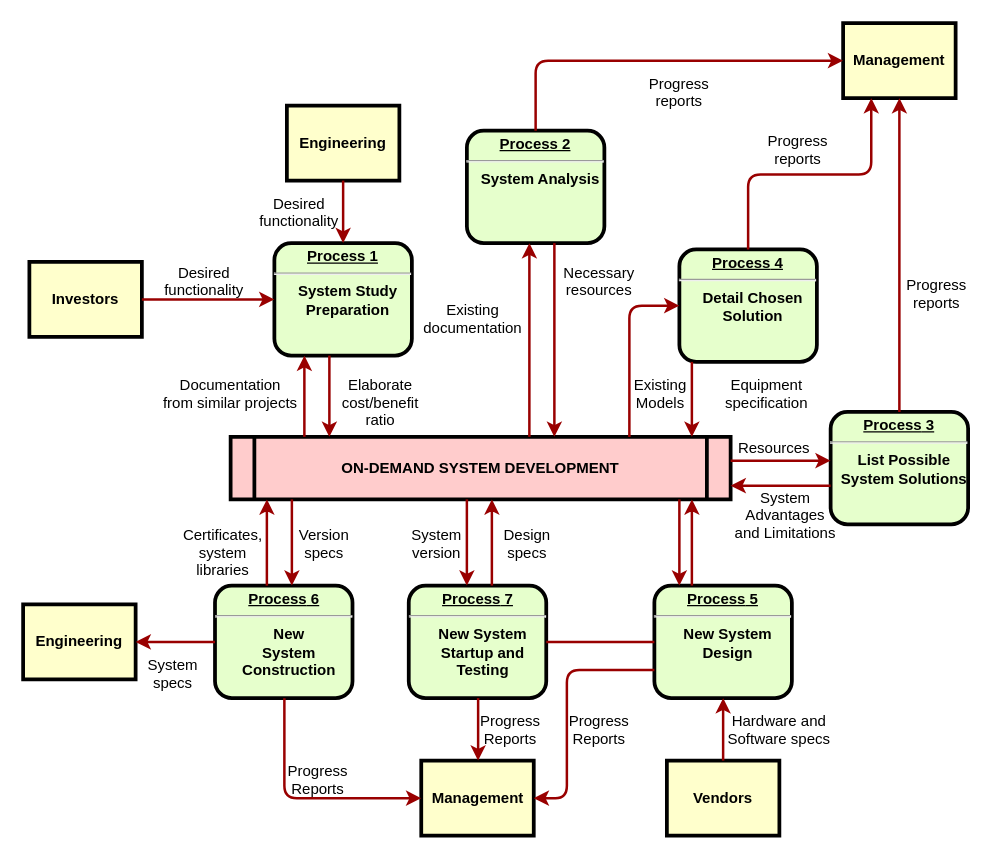
ruby1ring/baiduNews-Spider keeps this draw.io diagram as model/Untitled Diagram.drawio. Above is the earlier version. Source tidied: cells renumbered, new cells numbered last; positions are measured from the earlier drawing's top-left corner, leaving out a move shared by most shapes. Both pictures are drawn from the tidied source at 125%, with x=0, y=0 at pixel (22, 22).
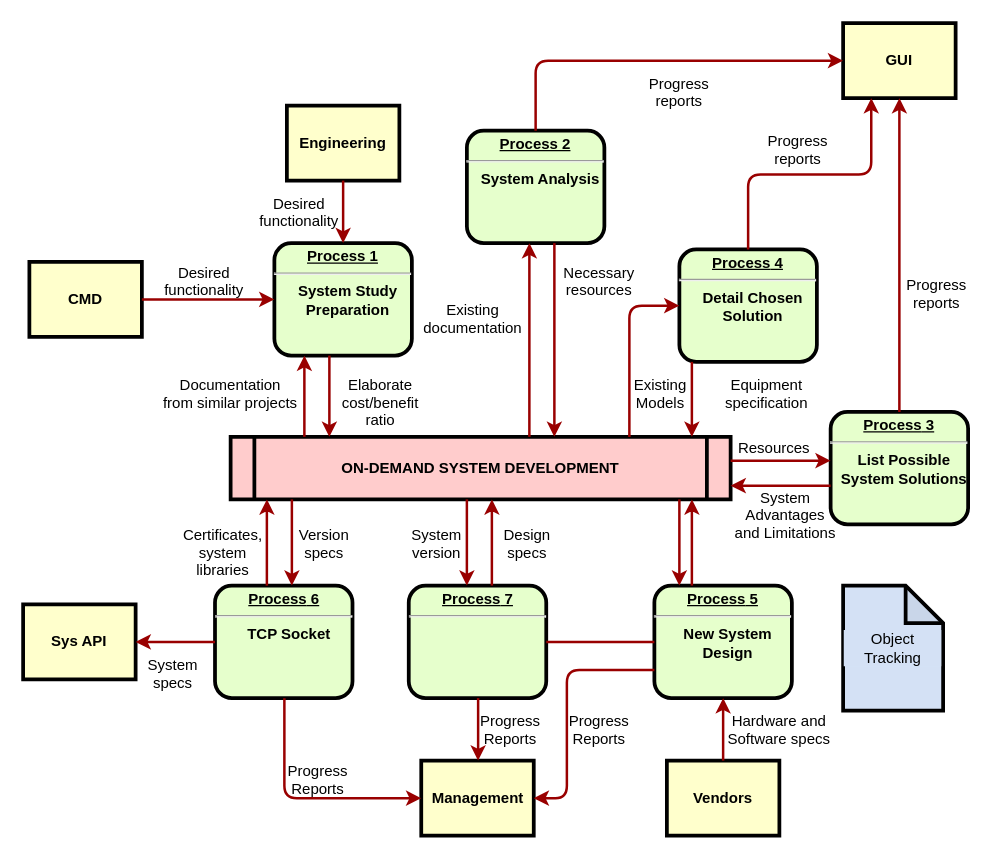
The same diagram, later.

What changed in the source:
```diff
@@
-    <mxCell id="4" value="Investors" style="whiteSpace=wrap;align=center;verticalAlign=middle;fontStyle=1;strokeWidth=3;fillColor=#FFFFCC;" parent="1" vertex="1">
+    <mxCell id="4" value="CMD" style="whiteSpace=wrap;align=center;verticalAlign=middle;fontStyle=1;strokeWidth=3;fillColor=#FFFFCC;" parent="1" vertex="1">
       <mxGeometry x="5" y="191" width="90" height="60" as="geometry" />
     </mxCell>
@@
-    <mxCell id="10" value="&lt;p style=&quot;margin: 0px; margin-top: 4px; text-align: center; text-decoration: underline;&quot;&gt;&lt;strong&gt;&lt;strong&gt;Process&lt;/strong&gt; 6&lt;br /&gt;&lt;/strong&gt;&lt;/p&gt;&lt;hr /&gt;&lt;p style=&quot;margin: 0px; margin-left: 8px;&quot;&gt;New&lt;/p&gt;&lt;p style=&quot;margin: 0px; margin-left: 8px;&quot;&gt;System&lt;/p&gt;&lt;p style=&quot;margin: 0px; margin-left: 8px;&quot;&gt;Construction&lt;/p&gt;" style="verticalAlign=middle;align=center;overflow=fill;fontSize=12;fontFamily=Helvetica;html=1;rounded=1;fontStyle=1;strokeWidth=3;fillColor=#E6FFCC;" parent="1" vertex="1">
+    <mxCell id="10" value="&lt;p style=&quot;margin: 0px; margin-top: 4px; text-align: center; text-decoration: underline;&quot;&gt;&lt;strong&gt;&lt;strong&gt;Process&lt;/strong&gt; 6&lt;br&gt;&lt;/strong&gt;&lt;/p&gt;&lt;hr&gt;&lt;p style=&quot;margin: 0px; margin-left: 8px;&quot;&gt;TCP Socket&lt;/p&gt;" style="verticalAlign=middle;align=center;overflow=fill;fontSize=12;fontFamily=Helvetica;html=1;rounded=1;fontStyle=1;strokeWidth=3;fillColor=#E6FFCC;" parent="1" vertex="1">
       <mxGeometry x="153.5" y="450" width="110" height="90" as="geometry" />
     </mxCell>
-    <mxCell id="11" value="Management" style="whiteSpace=wrap;align=center;verticalAlign=middle;fontStyle=1;strokeWidth=3;fillColor=#FFFFCC;" parent="1" vertex="1">
+    <mxCell id="11" value="GUI" style="whiteSpace=wrap;align=center;verticalAlign=middle;fontStyle=1;strokeWidth=3;fillColor=#FFFFCC;" parent="1" vertex="1">
       <mxGeometry x="656" width="90" height="60" as="geometry" />
     </mxCell>
@@
-    <mxCell id="13" value="Engineering" style="whiteSpace=wrap;align=center;verticalAlign=middle;fontStyle=1;strokeWidth=3;fillColor=#FFFFCC;" parent="1" vertex="1">
+    <mxCell id="13" value="Sys API" style="whiteSpace=wrap;align=center;verticalAlign=middle;fontStyle=1;strokeWidth=3;fillColor=#FFFFCC;" parent="1" vertex="1">
       <mxGeometry y="465" width="90" height="60" as="geometry" />
     </mxCell>
@@
-    <mxCell id="17" value="&lt;p style=&quot;margin: 0px; margin-top: 4px; text-align: center; text-decoration: underline;&quot;&gt;&lt;strong&gt;&lt;strong&gt;Process&lt;/strong&gt; 7&lt;br /&gt;&lt;/strong&gt;&lt;/p&gt;&lt;hr /&gt;&lt;p style=&quot;margin: 0px; margin-left: 8px;&quot;&gt;New System&lt;/p&gt;&lt;p style=&quot;margin: 0px; margin-left: 8px;&quot;&gt;Startup and&lt;/p&gt;&lt;p style=&quot;margin: 0px; margin-left: 8px;&quot;&gt;Testing&lt;/p&gt;" style="verticalAlign=middle;align=center;overflow=fill;fontSize=12;fontFamily=Helvetica;html=1;rounded=1;fontStyle=1;strokeWidth=3;fillColor=#E6FFCC;" parent="1" vertex="1">
+    <mxCell id="17" value="&lt;p style=&quot;margin: 0px; margin-top: 4px; text-align: center; text-decoration: underline;&quot;&gt;&lt;strong&gt;&lt;strong&gt;Process&lt;/strong&gt; 7&lt;br&gt;&lt;/strong&gt;&lt;/p&gt;&lt;hr&gt;&lt;p style=&quot;margin: 0px; margin-left: 8px;&quot;&gt;&lt;br&gt;&lt;/p&gt;" style="verticalAlign=middle;align=center;overflow=fill;fontSize=12;fontFamily=Helvetica;html=1;rounded=1;fontStyle=1;strokeWidth=3;fillColor=#E6FFCC;" parent="1" vertex="1">
       <mxGeometry x="308.5" y="450" width="110" height="90" as="geometry" />
     </mxCell>
@@
+    <mxCell id="63" value="Object Tracking" style="shape=note;whiteSpace=wrap;html=1;backgroundOutline=1;darkOpacity=0.05;labelBackgroundColor=#D4E1F5;strokeWidth=3;fillColor=#D4E1F5;" parent="1" vertex="1">
+      <mxGeometry x="656" y="450" width="80" height="100" as="geometry" />
+    </mxCell>
```
